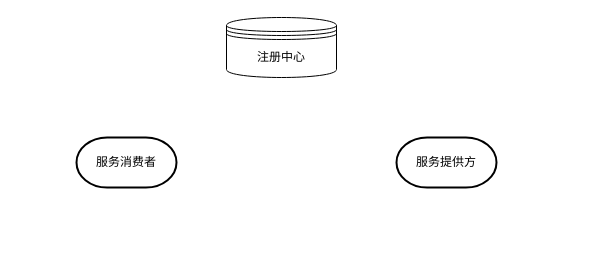
The draw.io diagram 未命名绘图.drawio in jdhm159/genelin.github.io, before the edit. Source tidied: cells renumbered, new cells numbered last; positions are measured from the earlier drawing's top-left corner, leaving out a move shared by most shapes. Both pictures are drawn from the tidied source at 100%, with x=0, y=0 at pixel (76, 17).
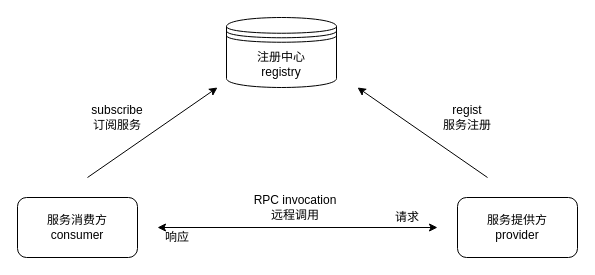
The same diagram, later.

Commit message:
rpc服务框架基本架构.drawio

Change to the diagram source:
```diff
@@
 <mxGraphModel>
   <root>
     <mxCell id="0" />
     <mxCell id="1" parent="0" />
-    <mxCell id="2" value="注册中心" style="shape=datastore;whiteSpace=wrap;html=1;" parent="1" vertex="1">
-      <mxGeometry x="150" width="110" height="60" as="geometry" />
+    <mxCell id="2" value="注册中心&lt;br&gt;registry" style="shape=datastore;whiteSpace=wrap;html=1;" parent="1" vertex="1">
+      <mxGeometry x="150" width="110" height="70" as="geometry" />
     </mxCell>
-    <mxCell id="3" value="服务消费者" style="strokeWidth=2;html=1;shape=mxgraph.flowchart.terminator;whiteSpace=wrap;" parent="1" vertex="1">
-      <mxGeometry y="120" width="100" height="50" as="geometry" />
-    </mxCell>
-    <mxCell id="4" value="服务提供方" style="strokeWidth=2;html=1;shape=mxgraph.flowchart.terminator;whiteSpace=wrap;" parent="1" vertex="1">
-      <mxGeometry x="320" y="120" width="100" height="50" as="geometry" />
-    </mxCell>
+    <mxCell id="5" value="服务消费方&lt;br&gt;consumer" style="rounded=1;whiteSpace=wrap;html=1;" parent="1" vertex="1">
+      <mxGeometry x="-59" y="180" width="120" height="60" as="geometry" />
+    </mxCell>
+    <mxCell id="6" style="rounded=0;orthogonalLoop=1;jettySize=auto;html=1;" parent="1" edge="1">
+      <mxGeometry relative="1" as="geometry">
+        <mxPoint x="411" y="160" as="sourcePoint" />
+        <mxPoint x="281" y="70" as="targetPoint" />
+        <Array as="points">
+          <mxPoint x="411" y="160" />
+        </Array>
+      </mxGeometry>
+    </mxCell>
+    <mxCell id="7" value="服务提供方&lt;br&gt;provider" style="rounded=1;whiteSpace=wrap;html=1;" parent="1" vertex="1">
+      <mxGeometry x="381" y="180" width="120" height="60" as="geometry" />
+    </mxCell>
+    <mxCell id="8" value="regist&lt;br&gt;服务注册" style="text;html=1;strokeColor=none;fillColor=none;align=center;verticalAlign=middle;whiteSpace=wrap;rounded=0;rotation=0;" parent="1" vertex="1">
+      <mxGeometry x="361" y="90" width="60" height="20" as="geometry" />
+    </mxCell>
+    <mxCell id="9" style="endArrow=classic;html=1;" parent="1" edge="1">
+      <mxGeometry relative="1" as="geometry">
+        <mxPoint x="11" y="160" as="sourcePoint" />
+        <mxPoint x="141" y="70" as="targetPoint" />
+      </mxGeometry>
+    </mxCell>
+    <mxCell id="10" value="subscribe&lt;br&gt;订阅服务" style="text;html=1;strokeColor=none;fillColor=none;align=center;verticalAlign=middle;whiteSpace=wrap;rounded=0;rotation=0;" parent="1" vertex="1">
+      <mxGeometry x="11" y="90" width="60" height="20" as="geometry" />
+    </mxCell>
+    <mxCell id="11" style="endArrow=classic;startArrow=classic;html=1;" parent="1" edge="1">
+      <mxGeometry relative="1" as="geometry">
+        <mxPoint x="81" y="210" as="sourcePoint" />
+        <mxPoint x="361" y="210" as="targetPoint" />
+      </mxGeometry>
+    </mxCell>
+    <mxCell id="12" value="RPC invocation&lt;br&gt;远程调用" style="text;html=1;strokeColor=none;fillColor=none;align=center;verticalAlign=middle;whiteSpace=wrap;rounded=0;" parent="1" vertex="1">
+      <mxGeometry x="171" y="180" width="96" height="20" as="geometry" />
+    </mxCell>
+    <mxCell id="13" value="请求" style="text;html=1;strokeColor=none;fillColor=none;align=center;verticalAlign=middle;whiteSpace=wrap;rounded=0;" parent="1" vertex="1">
+      <mxGeometry x="311" y="190" width="40" height="20" as="geometry" />
+    </mxCell>
+    <mxCell id="14" value="响应" style="text;html=1;strokeColor=none;fillColor=none;align=center;verticalAlign=middle;whiteSpace=wrap;rounded=0;" parent="1" vertex="1">
+      <mxGeometry x="81" y="210" width="40" height="20" as="geometry" />
+    </mxCell>
   </root>
 </mxGraphModel>
```
